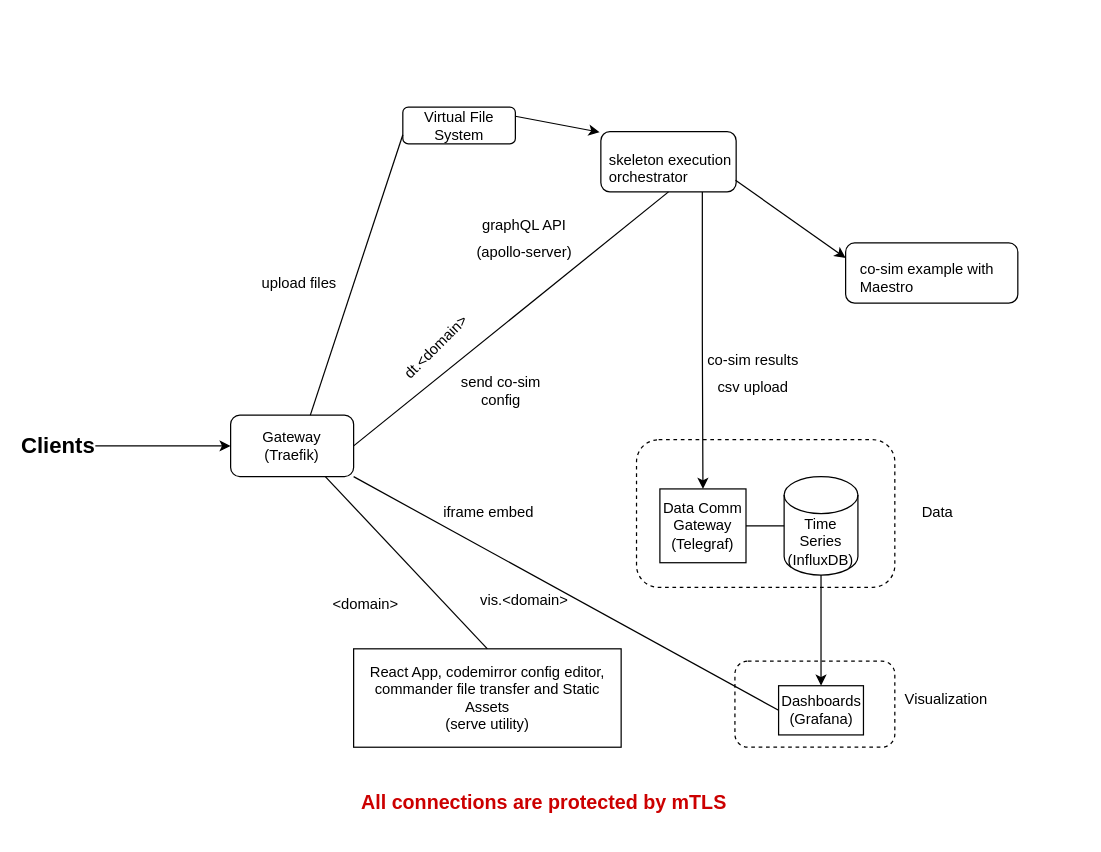
INTO-CPS-Association/DTaaS keeps this draw.io diagram as page "demo-1" (3 of 7) of docs/DTaaS.drawio. Above is the earlier version. Source tidied: cells renumbered, new cells numbered last; positions are measured from the earlier drawing's top-left corner, leaving out a move shared by most shapes. Both pictures are drawn from the tidied source at 123%, with x=0, y=0 at pixel (21, 107).
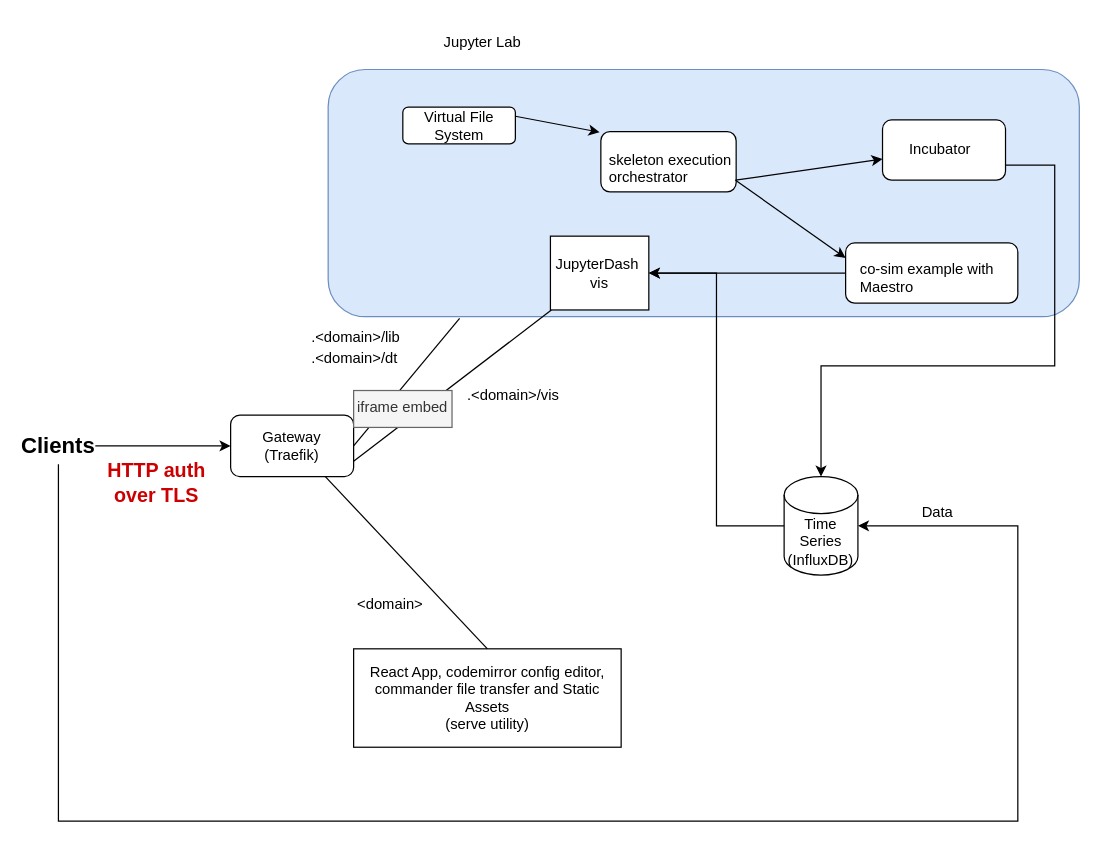
The same diagram, later.

The change refers to these unchanged cells:
```xml
<mxCell id="3" value="Gateway&lt;br&gt;(Traefik)" style="rounded=1;whiteSpace=wrap;html=1;" parent="1" vertex="1">
  <mxGeometry x="170" y="250" width="100" height="50" as="geometry" />
</mxCell>
<mxCell id="6" value="Time Series (InfluxDB)" style="shape=cylinder3;whiteSpace=wrap;html=1;boundedLbl=1;backgroundOutline=1;size=15;" parent="1" vertex="1">
  <mxGeometry x="620" y="300" width="60" height="80" as="geometry" />
</mxCell>
<mxCell id="15" style="rounded=1;whiteSpace=wrap;html=1;" parent="1" vertex="1">
  <mxGeometry x="471" y="19.5" width="110" height="49" as="geometry" />
</mxCell>
<mxCell id="16" value="&lt;font face=&quot;helvetica&quot;&gt;skeleton execution orchestrator&lt;/font&gt;" style="text;whiteSpace=wrap;html=1;" parent="1" vertex="1">
  <mxGeometry x="475.5" y="29" width="140" height="30" as="geometry" />
</mxCell>
<mxCell id="22" value="Virtual File System" style="rounded=1;whiteSpace=wrap;html=1;" parent="1" vertex="1">
  <mxGeometry x="310" y="-0.5" width="91.5" height="30" as="geometry" />
</mxCell>
<mxCell id="24" value="&lt;font style=&quot;font-size: 18px&quot;&gt;&lt;b&gt;Clients&lt;/b&gt;&lt;/font&gt;" style="text;html=1;strokeColor=none;fillColor=none;align=center;verticalAlign=middle;whiteSpace=wrap;rounded=0;" parent="1" vertex="1">
  <mxGeometry y="260" width="60" height="30" as="geometry" />
</mxCell>
<mxCell id="31" style="rounded=1;whiteSpace=wrap;html=1;" parent="30" vertex="1">
  <mxGeometry width="140" height="49" as="geometry" />
</mxCell>
```

Change to the diagram source:
```diff
@@
-    <mxCell id="2" style="rounded=1;whiteSpace=wrap;html=1;dashed=1;" parent="1" vertex="1">
-      <mxGeometry x="580" y="450" width="130" height="70" as="geometry" />
-    </mxCell>
+    <mxCell id="37" style="rounded=1;whiteSpace=wrap;html=1;fillColor=#dae8fc;strokeColor=#6c8ebf;" parent="1" vertex="1">
+      <mxGeometry x="249.3" y="-31" width="610.7" height="201" as="geometry" />
+    </mxCell>
@@
-    <mxCell id="4" style="rounded=1;whiteSpace=wrap;html=1;dashed=1;" parent="1" vertex="1">
-      <mxGeometry x="500" y="270" width="210" height="120" as="geometry" />
-    </mxCell>
-    <mxCell id="5" style="edgeStyle=orthogonalEdgeStyle;rounded=0;jettySize=auto;html=1;endArrow=classic;endFill=1;" parent="1" edge="1" source="6" target="9">
-      <mxGeometry relative="1" as="geometry" />
-    </mxCell>
@@
-    <mxCell id="8" value="&lt;div&gt;&lt;span&gt;&lt;font face=&quot;helvetica&quot;&gt;Visualization&lt;/font&gt;&lt;/span&gt;&lt;/div&gt;" style="text;whiteSpace=wrap;html=1;align=center;" parent="1" vertex="1">
-      <mxGeometry x="717" y="467" width="70" height="30" as="geometry" />
-    </mxCell>
-    <mxCell id="9" value="Dashboards (Grafana)" style="rounded=0;whiteSpace=wrap;html=1;" parent="1" vertex="1">
-      <mxGeometry x="615.5" y="470" width="69" height="40" as="geometry" />
-    </mxCell>
-    <mxCell id="10" style="edgeStyle=orthogonalEdgeStyle;rounded=0;jettySize=auto;html=1;exitX=1;exitY=0.5;exitDx=0;exitDy=0;entryX=0;entryY=0.5;entryDx=0;entryDy=0;entryPerimeter=0;endArrow=none;endFill=0;" parent="1" edge="1" source="11" target="6">
+    <mxCell id="10" style="edgeStyle=orthogonalEdgeStyle;rounded=0;jettySize=auto;html=1;exitX=1;exitY=0.5;exitDx=0;exitDy=0;entryX=0;entryY=0.5;entryDx=0;entryDy=0;entryPerimeter=0;endArrow=none;endFill=0;startArrow=classic;startFill=1;" parent="1" edge="1" source="11" target="6">
       <mxGeometry relative="1" as="geometry" />
     </mxCell>
-    <mxCell id="11" value="Data Comm Gateway&lt;br&gt;(Telegraf)" style="rounded=0;whiteSpace=wrap;html=1;" parent="1" vertex="1">
-      <mxGeometry x="519" y="310" width="70" height="60" as="geometry" />
+    <mxCell id="11" value="JupyterDash&amp;nbsp;&lt;br&gt;vis" style="rounded=0;whiteSpace=wrap;html=1;" parent="1" vertex="1">
+      <mxGeometry x="430" y="104.5" width="80" height="60" as="geometry" />
     </mxCell>
-    <mxCell id="12" style="endArrow=none;html=1;rounded=0;entryX=0;entryY=0.5;entryDx=0;entryDy=0;" parent="1" edge="1" target="9">
-      <mxGeometry relative="1" as="geometry">
-        <mxPoint x="270" y="300" as="sourcePoint" />
-      </mxGeometry>
+    <mxCell id="12" style="endArrow=none;html=1;rounded=0;exitX=1;exitY=0.75;exitDx=0;exitDy=0;" parent="1" edge="1" source="3" target="11">
+      <mxGeometry relative="1" as="geometry" />
     </mxCell>
-    <mxCell id="13" value="&lt;div&gt;&lt;span&gt;&lt;font face=&quot;helvetica&quot;&gt;vis.&amp;lt;domain&amp;gt;&lt;/font&gt;&lt;/span&gt;&lt;/div&gt;" style="text;whiteSpace=wrap;html=1;align=center;rotation=0;" parent="1" vertex="1">
-      <mxGeometry x="369.3" y="386.5" width="80" height="30" as="geometry" />
+    <mxCell id="13" value="&lt;div&gt;&lt;span&gt;&lt;font face=&quot;helvetica&quot;&gt;.&amp;lt;domain&amp;gt;/vis&lt;/font&gt;&lt;/span&gt;&lt;/div&gt;" style="text;whiteSpace=wrap;html=1;align=center;rotation=0;" parent="1" vertex="1">
+      <mxGeometry x="360" y="220" width="80" height="30" as="geometry" />
     </mxCell>
-    <mxCell id="14" style="edgeStyle=orthogonalEdgeStyle;rounded=0;jettySize=auto;html=1;exitX=0.75;exitY=1;exitDx=0;exitDy=0;" parent="1" edge="1" source="15" target="11">
+    <mxCell id="14" style="edgeStyle=orthogonalEdgeStyle;rounded=0;jettySize=auto;html=1;" parent="1" edge="1" source="31" target="11">
       <mxGeometry relative="1" as="geometry" />
     </mxCell>
@@
     <mxCell id="19" value="&lt;div&gt;&lt;span&gt;&lt;font face=&quot;helvetica&quot;&gt;&amp;lt;domain&amp;gt;&lt;/font&gt;&lt;/span&gt;&lt;/div&gt;" style="text;whiteSpace=wrap;html=1;align=center;rotation=0;" parent="1" vertex="1">
-      <mxGeometry x="240" y="390" width="80" height="30" as="geometry" />
+      <mxGeometry x="260" y="390" width="80" height="30" as="geometry" />
     </mxCell>
-    <mxCell id="20" style="endArrow=none;html=1;rounded=0;exitX=1;exitY=0.5;exitDx=0;exitDy=0;entryX=0.5;entryY=1;entryDx=0;entryDy=0;" parent="1" edge="1" source="3" target="15">
+    <mxCell id="20" style="endArrow=none;html=1;rounded=0;exitX=1;exitY=0.5;exitDx=0;exitDy=0;entryX=0.175;entryY=1.007;entryDx=0;entryDy=0;entryPerimeter=0;" parent="1" edge="1" source="3" target="37">
       <mxGeometry relative="1" as="geometry" />
     </mxCell>
-    <mxCell id="21" value="&lt;div&gt;&lt;span&gt;&lt;font face=&quot;helvetica&quot;&gt;dt.&amp;lt;domain&amp;gt;&lt;/font&gt;&lt;/span&gt;&lt;/div&gt;" style="text;whiteSpace=wrap;html=1;align=center;rotation=-45;" parent="1" vertex="1">
-      <mxGeometry x="297.5" y="180" width="85" height="35.4" as="geometry" />
-    </mxCell>
@@
+    <mxCell id="38" style="edgeStyle=orthogonalEdgeStyle;rounded=0;jettySize=auto;html=1;exitX=0.5;exitY=1;exitDx=0;exitDy=0;entryX=1;entryY=0.5;entryDx=0;entryDy=0;entryPerimeter=0;endArrow=classic;endFill=1;" parent="1" edge="1" source="24" target="6">
+      <mxGeometry relative="1" as="geometry">
+        <Array as="points">
+          <mxPoint x="30" y="580" />
+          <mxPoint x="810" y="580" />
+          <mxPoint x="810" y="340" />
+        </Array>
+      </mxGeometry>
+    </mxCell>
@@
-    <mxCell id="26" style="endArrow=none;html=1;rounded=0;fontSize=18;entryX=0;entryY=0.75;entryDx=0;entryDy=0;exitX=0.648;exitY=0;exitDx=0;exitDy=0;exitPerimeter=0;" parent="1" edge="1" source="3" target="22">
-      <mxGeometry relative="1" as="geometry" />
-    </mxCell>
-    <mxCell id="27" value="&lt;font style=&quot;font-size: 12px&quot;&gt;graphQL API&lt;br&gt;(apollo-server)&lt;/font&gt;" style="text;html=1;strokeColor=none;fillColor=none;align=center;verticalAlign=middle;whiteSpace=wrap;rounded=0;fontSize=18;opacity=60;" parent="1" vertex="1">
-      <mxGeometry x="344.3" y="90" width="130" height="30" as="geometry" />
-    </mxCell>
-    <mxCell id="28" value="&lt;font face=&quot;helvetica&quot;&gt;iframe embed&lt;/font&gt;" style="text;whiteSpace=wrap;html=1;align=center;rotation=0;" parent="1" vertex="1">
-      <mxGeometry x="340" y="315" width="80" height="30" as="geometry" />
-    </mxCell>
-    <mxCell id="29" value="&lt;b&gt;&lt;font color=&quot;#cc0000&quot; style=&quot;font-size: 16px&quot;&gt;All connections are protected by mTLS&lt;/font&gt;&lt;/b&gt;" style="text;html=1;strokeColor=none;fillColor=none;align=center;verticalAlign=middle;whiteSpace=wrap;rounded=0;fontSize=12;opacity=60;" parent="1" vertex="1">
-      <mxGeometry x="260" y="550" width="330" height="30" as="geometry" />
+    <mxCell id="29" value="&lt;b&gt;&lt;font color=&quot;#cc0000&quot; style=&quot;font-size: 16px&quot;&gt;HTTP auth &lt;br&gt;over TLS&lt;/font&gt;&lt;/b&gt;" style="text;html=1;strokeColor=none;fillColor=none;align=center;verticalAlign=middle;whiteSpace=wrap;rounded=0;fontSize=12;opacity=60;" parent="1" vertex="1">
+      <mxGeometry x="60" y="290" width="100" height="30" as="geometry" />
     </mxCell>
@@
-    <mxCell id="34" value="&lt;span style=&quot;font-size: 12px&quot;&gt;co-sim results csv upload&lt;/span&gt;" style="text;html=1;strokeColor=none;fillColor=none;align=center;verticalAlign=middle;whiteSpace=wrap;rounded=0;fontSize=18;opacity=60;" parent="1" vertex="1">
-      <mxGeometry x="550" y="200" width="90" height="30" as="geometry" />
-    </mxCell>
-    <mxCell id="35" value="&lt;font face=&quot;helvetica&quot;&gt;upload files&lt;/font&gt;" style="text;whiteSpace=wrap;html=1;align=center;rotation=0;" parent="1" vertex="1">
-      <mxGeometry x="186" y="129" width="80" height="30" as="geometry" />
-    </mxCell>
-    <mxCell id="36" value="&lt;font face=&quot;helvetica&quot;&gt;send co-sim config&lt;/font&gt;" style="text;whiteSpace=wrap;html=1;align=center;rotation=0;" parent="1" vertex="1">
-      <mxGeometry x="350" y="210" width="80" height="30" as="geometry" />
-    </mxCell>
+    <mxCell id="39" value="&lt;span style=&quot;font-size: 12px&quot;&gt;Jupyter Lab&lt;/span&gt;" style="text;html=1;strokeColor=none;fillColor=none;align=center;verticalAlign=middle;whiteSpace=wrap;rounded=0;fontSize=18;opacity=60;" parent="1" vertex="1">
+      <mxGeometry x="329.9" y="-70" width="90.1" height="30" as="geometry" />
+    </mxCell>
+    <mxCell id="40" style="group;" parent="1" vertex="1">
+      <mxGeometry x="700" y="10" width="149.5" height="49" as="geometry" />
+    </mxCell>
+    <mxCell id="41" style="rounded=1;whiteSpace=wrap;html=1;" parent="40" vertex="1">
+      <mxGeometry width="100" height="49" as="geometry" />
+    </mxCell>
+    <mxCell id="42" value="&lt;font face=&quot;helvetica&quot;&gt;Incubator&lt;/font&gt;" style="text;whiteSpace=wrap;html=1;" parent="40" vertex="1">
+      <mxGeometry x="20" y="9.5" width="60.5" height="30" as="geometry" />
+    </mxCell>
+    <mxCell id="43" style="endArrow=classic;html=1;rounded=0;fontSize=18;exitX=0.75;exitY=1;exitDx=0;exitDy=0;" parent="1" edge="1" source="16" target="41">
+      <mxGeometry relative="1" as="geometry" />
+    </mxCell>
+    <mxCell id="44" style="edgeStyle=orthogonalEdgeStyle;rounded=0;jettySize=auto;html=1;exitX=1;exitY=0.75;exitDx=0;exitDy=0;" parent="1" edge="1" source="41" target="6">
+      <mxGeometry relative="1" as="geometry">
+        <Array as="points">
+          <mxPoint x="840" y="47" />
+          <mxPoint x="840" y="210" />
+          <mxPoint x="650" y="210" />
+        </Array>
+      </mxGeometry>
+    </mxCell>
+    <mxCell id="45" value="&lt;div&gt;&lt;span&gt;&lt;font face=&quot;helvetica&quot;&gt;.&amp;lt;domain&amp;gt;/lib&lt;/font&gt;&lt;/span&gt;&lt;/div&gt;" style="text;whiteSpace=wrap;html=1;align=center;rotation=0;" parent="1" vertex="1">
+      <mxGeometry x="232" y="173" width="80" height="30" as="geometry" />
+    </mxCell>
+    <mxCell id="46" value="&lt;div&gt;&lt;span&gt;&lt;font face=&quot;helvetica&quot;&gt;.&amp;lt;domain&amp;gt;/dt&lt;/font&gt;&lt;/span&gt;&lt;/div&gt;" style="text;whiteSpace=wrap;html=1;align=center;rotation=0;" parent="1" vertex="1">
+      <mxGeometry x="231" y="190" width="80" height="30" as="geometry" />
+    </mxCell>
+    <mxCell id="28" value="&lt;font face=&quot;helvetica&quot;&gt;iframe embed&lt;/font&gt;" style="text;whiteSpace=wrap;html=1;align=center;rotation=0;fillColor=#f5f5f5;fontColor=#333333;strokeColor=#666666;" parent="1" vertex="1">
+      <mxGeometry x="270" y="230" width="80" height="30" as="geometry" />
+    </mxCell>
```
